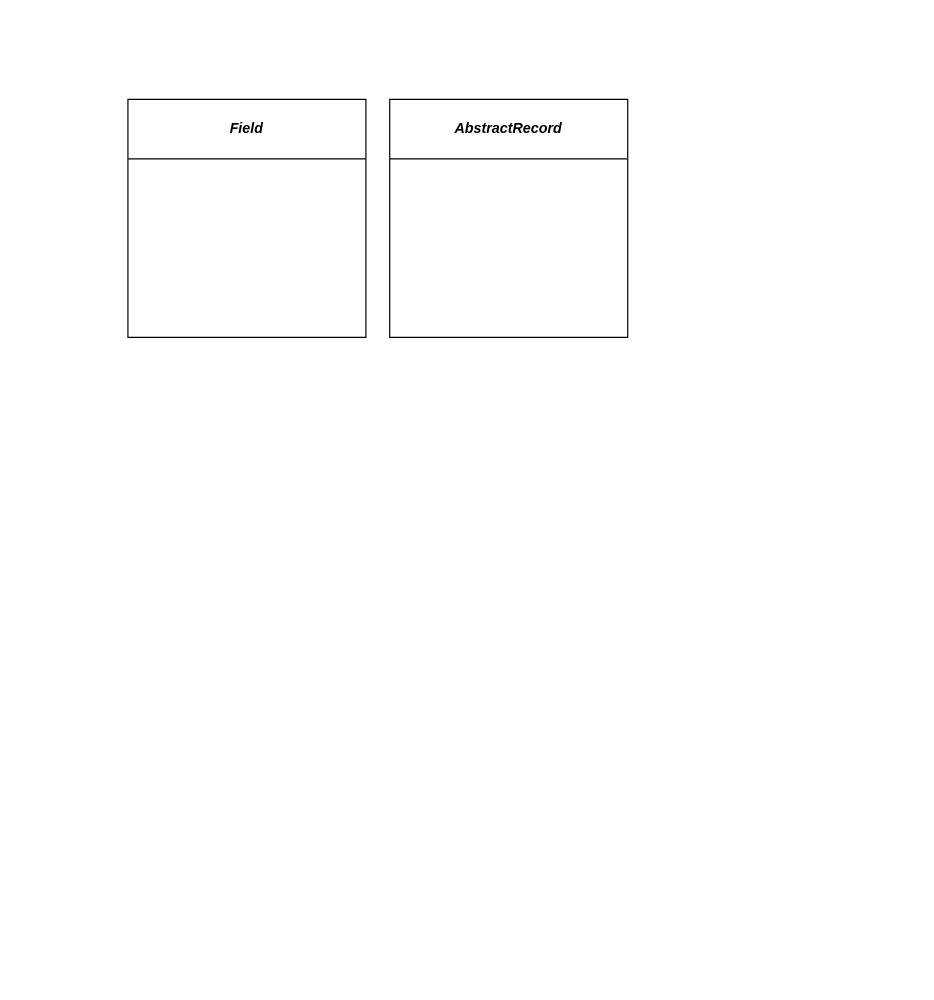
Before: goit-pyweb-hw-01.drawio in pavlo-boichuk/goit-pyweb-hw-01, a draw.io diagram. Source tidied: cells renumbered, new cells numbered last; positions are measured from the earlier drawing's top-left corner, leaving out a move shared by most shapes. Both pictures are drawn from the tidied source at 119%, with x=0, y=0 at pixel (127, 99).
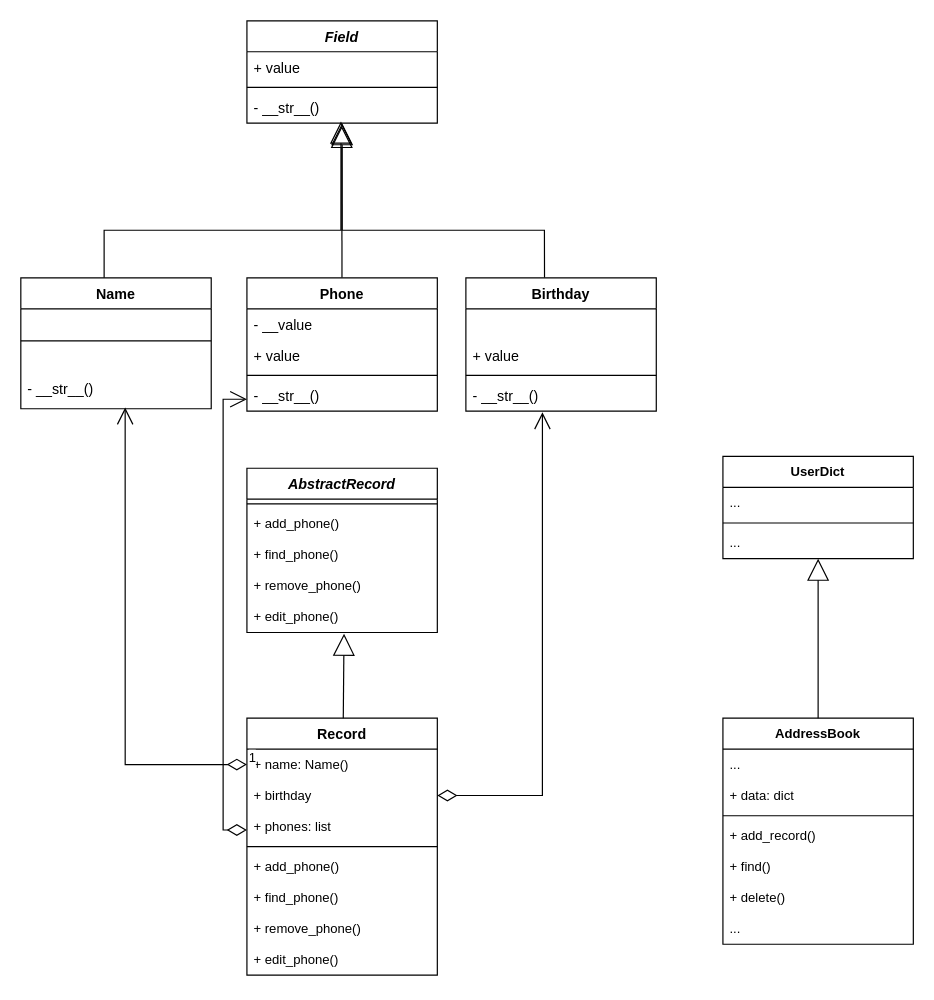
After the change.

The edit, as a diff of the source:
```diff
@@
-    <mxCell id="2" value="&lt;i&gt;Field&lt;/i&gt;" style="swimlane;whiteSpace=wrap;html=1;startSize=50;" parent="1" vertex="1">
-      <mxGeometry width="200" height="200" as="geometry" />
+    <mxCell id="2" value="&lt;i&gt;Field&lt;/i&gt;" style="swimlane;fontStyle=1;align=center;verticalAlign=top;horizontal=1;startSize=26;whiteSpace=wrap;html=1;" parent="1" vertex="1">
+      <mxGeometry x="100" y="-66" width="160" height="86" as="geometry" />
     </mxCell>
+    <mxCell id="4" value="+&amp;nbsp;&lt;span style=&quot;text-align: center; text-wrap: nowrap;&quot;&gt;value&lt;/span&gt;" style="text;strokeColor=none;fillColor=none;align=left;verticalAlign=top;spacingLeft=4;spacingRight=4;overflow=hidden;whiteSpace=wrap;html=1;" parent="2" vertex="1">
+      <mxGeometry y="26" width="160" height="26" as="geometry" />
+    </mxCell>
+    <mxCell id="5" style="line;strokeWidth=1;fillColor=none;align=left;verticalAlign=middle;spacingTop=-1;spacingLeft=3;spacingRight=3;labelPosition=right;strokeColor=inherit;" parent="2" vertex="1">
+      <mxGeometry y="52" width="160" height="8" as="geometry" />
+    </mxCell>
+    <mxCell id="6" value="&lt;span style=&quot;text-align: center; text-wrap: nowrap;&quot;&gt;- __str__()&lt;/span&gt;" style="text;strokeColor=none;fillColor=none;align=left;verticalAlign=top;spacingLeft=4;spacingRight=4;overflow=hidden;points=[[0,0.5],[1,0.5]];portConstraint=eastwest;whiteSpace=wrap;html=1;" parent="2" vertex="1">
+      <mxGeometry y="60" width="160" height="26" as="geometry" />
+    </mxCell>
+    <mxCell id="7" value="Name" style="swimlane;fontStyle=1;align=center;verticalAlign=top;horizontal=1;startSize=26;whiteSpace=wrap;html=1;" parent="1" vertex="1">
+      <mxGeometry x="-90" y="150" width="160" height="110" as="geometry" />
+    </mxCell>
+    <mxCell id="8" style="endArrow=block;endSize=16;endFill=0;html=1;rounded=0;entryX=0.494;entryY=0.949;entryDx=0;entryDy=0;entryPerimeter=0;" parent="7" edge="1" target="6">
+      <mxGeometry relative="1" as="geometry">
+        <mxPoint x="70" as="sourcePoint" />
+        <Array as="points">
+          <mxPoint x="70" y="-40" />
+          <mxPoint x="269" y="-40" />
+        </Array>
+      </mxGeometry>
+    </mxCell>
+    <mxCell id="9" style="line;strokeWidth=1;fillColor=none;align=left;verticalAlign=middle;spacingTop=-1;spacingLeft=3;spacingRight=3;labelPosition=right;strokeColor=inherit;" parent="7" vertex="1">
+      <mxGeometry y="26" width="160" height="54" as="geometry" />
+    </mxCell>
+    <mxCell id="10" value="&lt;span style=&quot;text-align: center; text-wrap: nowrap;&quot;&gt;- __str__()&lt;/span&gt;" style="text;strokeColor=none;fillColor=none;align=left;verticalAlign=top;spacingLeft=4;spacingRight=4;overflow=hidden;points=[[0,0.5],[1,0.5]];portConstraint=eastwest;whiteSpace=wrap;html=1;" parent="7" vertex="1">
+      <mxGeometry y="80" width="160" height="30" as="geometry" />
+    </mxCell>
+    <mxCell id="11" style="edgeStyle=none;rounded=0;jettySize=auto;html=1;strokeColor=default;align=center;verticalAlign=middle;fontFamily=Helvetica;fontSize=11;fontColor=default;labelBackgroundColor=default;endArrow=block;endFill=0;endSize=16;entryX=0.498;entryY=1.09;entryDx=0;entryDy=0;entryPerimeter=0;" parent="1" edge="1" source="12" target="6">
+      <mxGeometry relative="1" as="geometry" />
+    </mxCell>
+    <mxCell id="12" value="Phone" style="swimlane;fontStyle=1;align=center;verticalAlign=top;horizontal=1;startSize=26;whiteSpace=wrap;html=1;" parent="1" vertex="1">
+      <mxGeometry x="100" y="150" width="160" height="112" as="geometry" />
+    </mxCell>
+    <mxCell id="13" value="- __value&lt;div&gt;&lt;br&gt;&lt;/div&gt;" style="text;strokeColor=none;fillColor=none;align=left;verticalAlign=top;spacingLeft=4;spacingRight=4;overflow=hidden;whiteSpace=wrap;html=1;" parent="12" vertex="1">
+      <mxGeometry y="26" width="160" height="26" as="geometry" />
+    </mxCell>
+    <mxCell id="14" value="+&amp;nbsp;&lt;span style=&quot;text-wrap: nowrap; text-align: center;&quot;&gt;value&lt;/span&gt;" style="text;strokeColor=none;fillColor=none;align=left;verticalAlign=top;spacingLeft=4;spacingRight=4;overflow=hidden;whiteSpace=wrap;html=1;" parent="12" vertex="1">
+      <mxGeometry y="52" width="160" height="26" as="geometry" />
+    </mxCell>
+    <mxCell id="15" style="line;strokeWidth=1;fillColor=none;align=left;verticalAlign=middle;spacingTop=-1;spacingLeft=3;spacingRight=3;labelPosition=right;strokeColor=inherit;" parent="12" vertex="1">
+      <mxGeometry y="78" width="160" height="8" as="geometry" />
+    </mxCell>
+    <mxCell id="16" value="&lt;span style=&quot;text-align: center; text-wrap: nowrap;&quot;&gt;- __str__()&lt;/span&gt;" style="text;strokeColor=none;fillColor=none;align=left;verticalAlign=top;spacingLeft=4;spacingRight=4;overflow=hidden;whiteSpace=wrap;html=1;" parent="12" vertex="1">
+      <mxGeometry y="86" width="160" height="26" as="geometry" />
+    </mxCell>
+    <mxCell id="17" style="edgeStyle=none;rounded=0;jettySize=auto;html=1;strokeColor=default;align=center;verticalAlign=middle;fontFamily=Helvetica;fontSize=11;fontColor=default;labelBackgroundColor=default;endArrow=block;endFill=0;endSize=16;exitX=0.413;exitY=0;exitDx=0;exitDy=0;exitPerimeter=0;" parent="1" edge="1" source="18">
+      <mxGeometry relative="1" as="geometry">
+        <mxPoint x="180" y="20" as="targetPoint" />
+        <Array as="points">
+          <mxPoint x="350" y="110" />
+          <mxPoint x="180" y="110" />
+        </Array>
+      </mxGeometry>
+    </mxCell>
+    <mxCell id="18" value="Birthday" style="swimlane;fontStyle=1;align=center;verticalAlign=top;horizontal=1;startSize=26;whiteSpace=wrap;html=1;" parent="1" vertex="1">
+      <mxGeometry x="284" y="150" width="160" height="112" as="geometry" />
+    </mxCell>
+    <mxCell id="19" value="&lt;div&gt;&lt;br&gt;&lt;/div&gt;" style="text;strokeColor=none;fillColor=none;align=left;verticalAlign=top;spacingLeft=4;spacingRight=4;overflow=hidden;whiteSpace=wrap;html=1;" parent="18" vertex="1">
+      <mxGeometry y="26" width="160" height="26" as="geometry" />
+    </mxCell>
+    <mxCell id="20" value="+&amp;nbsp;&lt;span style=&quot;text-wrap: nowrap; text-align: center;&quot;&gt;value&lt;/span&gt;" style="text;strokeColor=none;fillColor=none;align=left;verticalAlign=top;spacingLeft=4;spacingRight=4;overflow=hidden;whiteSpace=wrap;html=1;" parent="18" vertex="1">
+      <mxGeometry y="52" width="160" height="26" as="geometry" />
+    </mxCell>
+    <mxCell id="21" style="line;strokeWidth=1;fillColor=none;align=left;verticalAlign=middle;spacingTop=-1;spacingLeft=3;spacingRight=3;labelPosition=right;strokeColor=inherit;" parent="18" vertex="1">
+      <mxGeometry y="78" width="160" height="8" as="geometry" />
+    </mxCell>
+    <mxCell id="22" value="&lt;span style=&quot;text-align: center; text-wrap: nowrap;&quot;&gt;- __str__()&lt;/span&gt;" style="text;strokeColor=none;fillColor=none;align=left;verticalAlign=top;spacingLeft=4;spacingRight=4;overflow=hidden;points=[[0,0.5],[1,0.5]];portConstraint=eastwest;whiteSpace=wrap;html=1;" parent="18" vertex="1">
+      <mxGeometry y="86" width="160" height="26" as="geometry" />
+    </mxCell>
-    <mxCell id="3" value="&lt;i&gt;AbstractRecord&lt;/i&gt;" style="swimlane;whiteSpace=wrap;html=1;startSize=50;" parent="1" vertex="1">
-      <mxGeometry x="220" width="200" height="200" as="geometry" />
+    <mxCell id="3" value="&lt;i&gt;AbstractRecord&lt;/i&gt;" style="swimlane;fontStyle=1;align=center;verticalAlign=top;horizontal=1;startSize=26;whiteSpace=wrap;html=1;" parent="1" vertex="1">
+      <mxGeometry x="100" y="310" width="160" height="138" as="geometry" />
     </mxCell>
+    <mxCell id="23" style="line;strokeWidth=1;fillColor=none;align=left;verticalAlign=middle;spacingTop=-1;spacingLeft=3;spacingRight=3;labelPosition=right;strokeColor=inherit;" parent="3" vertex="1">
+      <mxGeometry y="26" width="160" height="8" as="geometry" />
+    </mxCell>
+    <mxCell id="24" value="+ add_phone()" style="text;strokeColor=none;fillColor=none;align=left;verticalAlign=top;spacingLeft=4;spacingRight=4;overflow=hidden;whiteSpace=wrap;html=1;fontFamily=Helvetica;fontSize=11;fontColor=default;labelBackgroundColor=default;" parent="3" vertex="1">
+      <mxGeometry y="34" width="160" height="26" as="geometry" />
+    </mxCell>
+    <mxCell id="25" value="+ find_phone()" style="text;strokeColor=none;fillColor=none;align=left;verticalAlign=top;spacingLeft=4;spacingRight=4;overflow=hidden;whiteSpace=wrap;html=1;fontFamily=Helvetica;fontSize=11;fontColor=default;labelBackgroundColor=default;" parent="3" vertex="1">
+      <mxGeometry y="60" width="160" height="26" as="geometry" />
+    </mxCell>
+    <mxCell id="26" value="+ remove_phone()" style="text;strokeColor=none;fillColor=none;align=left;verticalAlign=top;spacingLeft=4;spacingRight=4;overflow=hidden;whiteSpace=wrap;html=1;fontFamily=Helvetica;fontSize=11;fontColor=default;labelBackgroundColor=default;" parent="3" vertex="1">
+      <mxGeometry y="86" width="160" height="26" as="geometry" />
+    </mxCell>
+    <mxCell id="27" value="+ edit_phone()" style="text;strokeColor=none;fillColor=none;align=left;verticalAlign=top;spacingLeft=4;spacingRight=4;overflow=hidden;points=[[0,0.5],[1,0.5]];portConstraint=eastwest;whiteSpace=wrap;html=1;fontFamily=Helvetica;fontSize=11;fontColor=default;labelBackgroundColor=default;" parent="3" vertex="1">
+      <mxGeometry y="112" width="160" height="26" as="geometry" />
+    </mxCell>
+    <mxCell id="28" value="Record" style="swimlane;fontStyle=1;align=center;verticalAlign=top;horizontal=1;startSize=26;whiteSpace=wrap;html=1;" parent="1" vertex="1">
+      <mxGeometry x="100" y="520" width="160" height="216" as="geometry" />
+    </mxCell>
+    <mxCell id="29" value="+ name: Name()" style="text;strokeColor=none;fillColor=none;align=left;verticalAlign=top;spacingLeft=4;spacingRight=4;overflow=hidden;points=[[0,0.5],[1,0.5]];portConstraint=eastwest;whiteSpace=wrap;html=1;fontFamily=Helvetica;fontSize=11;fontColor=default;labelBackgroundColor=default;" parent="28" vertex="1">
+      <mxGeometry y="26" width="160" height="26" as="geometry" />
+    </mxCell>
+    <mxCell id="30" value="+ birthday" style="text;strokeColor=none;fillColor=none;align=left;verticalAlign=top;spacingLeft=4;spacingRight=4;overflow=hidden;points=[[0,0.5],[1,0.5]];portConstraint=eastwest;whiteSpace=wrap;html=1;fontFamily=Helvetica;fontSize=11;fontColor=default;labelBackgroundColor=default;" parent="28" vertex="1">
+      <mxGeometry y="52" width="160" height="26" as="geometry" />
+    </mxCell>
+    <mxCell id="31" value="+&amp;nbsp;phones: list" style="text;strokeColor=none;fillColor=none;align=left;verticalAlign=top;spacingLeft=4;spacingRight=4;overflow=hidden;whiteSpace=wrap;html=1;fontFamily=Helvetica;fontSize=11;fontColor=default;labelBackgroundColor=default;" parent="28" vertex="1">
+      <mxGeometry y="78" width="160" height="26" as="geometry" />
+    </mxCell>
+    <mxCell id="32" style="line;strokeWidth=1;fillColor=none;align=left;verticalAlign=middle;spacingTop=-1;spacingLeft=3;spacingRight=3;labelPosition=right;strokeColor=inherit;" parent="28" vertex="1">
+      <mxGeometry y="104" width="160" height="8" as="geometry" />
+    </mxCell>
+    <mxCell id="33" value="+ add_phone()" style="text;strokeColor=none;fillColor=none;align=left;verticalAlign=top;spacingLeft=4;spacingRight=4;overflow=hidden;whiteSpace=wrap;html=1;fontFamily=Helvetica;fontSize=11;fontColor=default;labelBackgroundColor=default;" parent="28" vertex="1">
+      <mxGeometry y="112" width="160" height="26" as="geometry" />
+    </mxCell>
+    <mxCell id="34" value="+ find_phone()" style="text;strokeColor=none;fillColor=none;align=left;verticalAlign=top;spacingLeft=4;spacingRight=4;overflow=hidden;whiteSpace=wrap;html=1;fontFamily=Helvetica;fontSize=11;fontColor=default;labelBackgroundColor=default;" parent="28" vertex="1">
+      <mxGeometry y="138" width="160" height="26" as="geometry" />
+    </mxCell>
+    <mxCell id="35" value="+ remove_phone()" style="text;strokeColor=none;fillColor=none;align=left;verticalAlign=top;spacingLeft=4;spacingRight=4;overflow=hidden;whiteSpace=wrap;html=1;fontFamily=Helvetica;fontSize=11;fontColor=default;labelBackgroundColor=default;" parent="28" vertex="1">
+      <mxGeometry y="164" width="160" height="26" as="geometry" />
+    </mxCell>
+    <mxCell id="36" value="+ edit_phone()" style="text;strokeColor=none;fillColor=none;align=left;verticalAlign=top;spacingLeft=4;spacingRight=4;overflow=hidden;whiteSpace=wrap;html=1;fontFamily=Helvetica;fontSize=11;fontColor=default;labelBackgroundColor=default;" parent="28" vertex="1">
+      <mxGeometry y="190" width="160" height="26" as="geometry" />
+    </mxCell>
+    <mxCell id="37" style="edgeStyle=none;rounded=0;jettySize=auto;html=1;entryX=0.51;entryY=1.038;entryDx=0;entryDy=0;entryPerimeter=0;strokeColor=default;align=center;verticalAlign=middle;fontFamily=Helvetica;fontSize=11;fontColor=default;labelBackgroundColor=default;endArrow=block;endFill=0;endSize=16;" parent="1" edge="1" source="28" target="27">
+      <mxGeometry relative="1" as="geometry" />
+    </mxCell>
+    <mxCell id="38" value="AddressBook" style="swimlane;fontStyle=1;align=center;verticalAlign=top;horizontal=1;startSize=26;whiteSpace=wrap;html=1;fontFamily=Helvetica;fontSize=11;fontColor=default;labelBackgroundColor=default;" parent="1" vertex="1">
+      <mxGeometry x="500" y="520" width="160" height="190" as="geometry" />
+    </mxCell>
+    <mxCell id="39" value="..." style="text;strokeColor=none;fillColor=none;align=left;verticalAlign=top;spacingLeft=4;spacingRight=4;overflow=hidden;whiteSpace=wrap;html=1;fontFamily=Helvetica;fontSize=11;fontColor=default;labelBackgroundColor=default;" parent="38" vertex="1">
+      <mxGeometry y="26" width="160" height="26" as="geometry" />
+    </mxCell>
+    <mxCell id="40" value="+&amp;nbsp;data: dict" style="text;strokeColor=none;fillColor=none;align=left;verticalAlign=top;spacingLeft=4;spacingRight=4;overflow=hidden;whiteSpace=wrap;html=1;fontFamily=Helvetica;fontSize=11;fontColor=default;labelBackgroundColor=default;" parent="38" vertex="1">
+      <mxGeometry y="52" width="160" height="26" as="geometry" />
+    </mxCell>
+    <mxCell id="41" style="line;strokeWidth=1;fillColor=none;align=left;verticalAlign=middle;spacingTop=-1;spacingLeft=3;spacingRight=3;labelPosition=right;strokeColor=inherit;fontFamily=Helvetica;fontSize=11;fontColor=default;labelBackgroundColor=default;" parent="38" vertex="1">
+      <mxGeometry y="78" width="160" height="8" as="geometry" />
+    </mxCell>
+    <mxCell id="42" value="+ add_record()" style="text;strokeColor=none;fillColor=none;align=left;verticalAlign=top;spacingLeft=4;spacingRight=4;overflow=hidden;whiteSpace=wrap;html=1;fontFamily=Helvetica;fontSize=11;fontColor=default;labelBackgroundColor=default;" parent="38" vertex="1">
+      <mxGeometry y="86" width="160" height="26" as="geometry" />
+    </mxCell>
+    <mxCell id="43" value="+ find()" style="text;strokeColor=none;fillColor=none;align=left;verticalAlign=top;spacingLeft=4;spacingRight=4;overflow=hidden;whiteSpace=wrap;html=1;fontFamily=Helvetica;fontSize=11;fontColor=default;labelBackgroundColor=default;" parent="38" vertex="1">
+      <mxGeometry y="112" width="160" height="26" as="geometry" />
+    </mxCell>
+    <mxCell id="44" value="+ delete()" style="text;strokeColor=none;fillColor=none;align=left;verticalAlign=top;spacingLeft=4;spacingRight=4;overflow=hidden;whiteSpace=wrap;html=1;fontFamily=Helvetica;fontSize=11;fontColor=default;labelBackgroundColor=default;" parent="38" vertex="1">
+      <mxGeometry y="138" width="160" height="26" as="geometry" />
+    </mxCell>
+    <mxCell id="45" value="..." style="text;strokeColor=none;fillColor=none;align=left;verticalAlign=top;spacingLeft=4;spacingRight=4;overflow=hidden;whiteSpace=wrap;html=1;fontFamily=Helvetica;fontSize=11;fontColor=default;labelBackgroundColor=default;" parent="38" vertex="1">
+      <mxGeometry y="164" width="160" height="26" as="geometry" />
+    </mxCell>
+    <mxCell id="46" value="UserDict" style="swimlane;fontStyle=1;align=center;verticalAlign=top;horizontal=1;startSize=26;whiteSpace=wrap;html=1;fontFamily=Helvetica;fontSize=11;fontColor=default;labelBackgroundColor=default;" parent="1" vertex="1">
+      <mxGeometry x="500" y="300" width="160" height="86" as="geometry" />
+    </mxCell>
+    <mxCell id="47" value="..." style="text;strokeColor=none;fillColor=none;align=left;verticalAlign=top;spacingLeft=4;spacingRight=4;overflow=hidden;whiteSpace=wrap;html=1;fontFamily=Helvetica;fontSize=11;fontColor=default;labelBackgroundColor=default;" parent="46" vertex="1">
+      <mxGeometry y="26" width="160" height="26" as="geometry" />
+    </mxCell>
+    <mxCell id="48" style="line;strokeWidth=1;fillColor=none;align=left;verticalAlign=middle;spacingTop=-1;spacingLeft=3;spacingRight=3;labelPosition=right;strokeColor=inherit;fontFamily=Helvetica;fontSize=11;fontColor=default;labelBackgroundColor=default;" parent="46" vertex="1">
+      <mxGeometry y="52" width="160" height="8" as="geometry" />
+    </mxCell>
+    <mxCell id="49" value="..." style="text;strokeColor=none;fillColor=none;align=left;verticalAlign=top;spacingLeft=4;spacingRight=4;overflow=hidden;points=[[0,0.5],[1,0.5]];portConstraint=eastwest;whiteSpace=wrap;html=1;fontFamily=Helvetica;fontSize=11;fontColor=default;labelBackgroundColor=default;" parent="46" vertex="1">
+      <mxGeometry y="60" width="160" height="26" as="geometry" />
+    </mxCell>
+    <mxCell id="50" style="edgeStyle=none;rounded=0;jettySize=auto;html=1;strokeColor=default;align=center;verticalAlign=middle;fontFamily=Helvetica;fontSize=11;fontColor=default;labelBackgroundColor=default;endArrow=block;endFill=0;endSize=16;" parent="1" edge="1" source="38" target="49">
+      <mxGeometry relative="1" as="geometry" />
+    </mxCell>
+    <mxCell id="51" value="1" style="endArrow=open;html=1;endSize=12;startArrow=diamondThin;startSize=14;startFill=0;edgeStyle=orthogonalEdgeStyle;align=left;verticalAlign=bottom;rounded=0;strokeColor=default;fontFamily=Helvetica;fontSize=11;fontColor=default;labelBackgroundColor=default;entryX=0.548;entryY=0.967;entryDx=0;entryDy=0;entryPerimeter=0;exitX=0;exitY=0.5;exitDx=0;exitDy=0;" parent="1" edge="1" source="29" target="10">
+      <mxGeometry x="-1" y="3" relative="1" as="geometry" />
+    </mxCell>
+    <mxCell id="52" style="edgeStyle=orthogonalEdgeStyle;rounded=0;jettySize=auto;html=1;entryX=0.402;entryY=1.038;entryDx=0;entryDy=0;entryPerimeter=0;strokeColor=default;align=left;verticalAlign=bottom;fontFamily=Helvetica;fontSize=11;fontColor=default;labelBackgroundColor=default;startArrow=diamondThin;startFill=0;startSize=14;endArrow=open;endSize=12;" parent="1" edge="1" source="30" target="22">
+      <mxGeometry relative="1" as="geometry" />
+    </mxCell>
+    <mxCell id="53" style="edgeStyle=orthogonalEdgeStyle;rounded=0;orthogonalLoop=1;jettySize=auto;html=1;entryX=0;entryY=0.5;entryDx=0;entryDy=0;strokeColor=default;align=left;verticalAlign=bottom;fontFamily=Helvetica;fontSize=11;fontColor=default;labelBackgroundColor=default;startArrow=diamondThin;startFill=0;startSize=14;endArrow=open;endSize=12;" parent="1" edge="1">
+      <mxGeometry relative="1" as="geometry">
+        <mxPoint x="100" y="614" as="sourcePoint" />
+        <mxPoint x="100" y="252" as="targetPoint" />
+        <Array as="points">
+          <mxPoint x="80" y="614" />
+          <mxPoint x="80" y="252" />
+        </Array>
+      </mxGeometry>
+    </mxCell>
```
